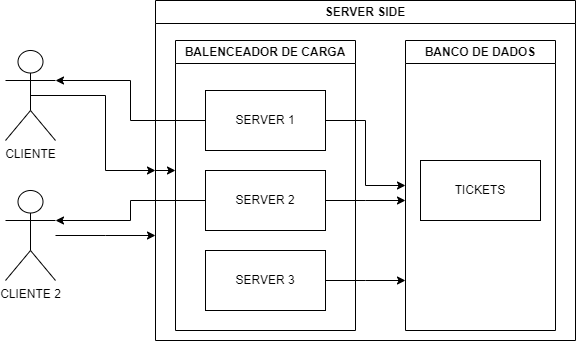
gustavogk/coderbyte-test keeps this draw.io diagram as tickets.drawio.png. Above is the earlier version. Source tidied: cells renumbered, new cells last; positions are measured from the earlier drawing's top-left corner, leaving out a move shared by most shapes. The source it was exported from:
```xml
<mxGraphModel>
  <root>
    <mxCell id="0" />
    <mxCell id="1" parent="0" />
    <mxCell id="2" style="edgeStyle=orthogonalEdgeStyle;rounded=0;jettySize=auto;html=1;exitX=0;exitY=0.5;exitDx=0;exitDy=0;" parent="1" edge="1" source="3">
      <mxGeometry relative="1" as="geometry">
        <mxPoint x="170" y="170" as="targetPoint" />
      </mxGeometry>
    </mxCell>
    <mxCell id="3" value="SERVER SIDE" style="swimlane;whiteSpace=wrap;html=1;" parent="1" vertex="1">
      <mxGeometry x="150" width="420" height="340" as="geometry" />
    </mxCell>
    <mxCell id="4" value="BALENCEADOR DE CARGA" style="swimlane;whiteSpace=wrap;html=1;" parent="3" vertex="1">
      <mxGeometry x="20" y="40" width="180" height="290" as="geometry" />
    </mxCell>
    <mxCell id="5" value="SERVER 1" style="rounded=0;whiteSpace=wrap;html=1;" parent="4" vertex="1">
      <mxGeometry x="30" y="50" width="120" height="60" as="geometry" />
    </mxCell>
    <mxCell id="6" style="edgeStyle=orthogonalEdgeStyle;rounded=0;jettySize=auto;html=1;" parent="4" edge="1" source="7">
      <mxGeometry relative="1" as="geometry">
        <mxPoint x="230" y="160" as="targetPoint" />
      </mxGeometry>
    </mxCell>
    <mxCell id="7" value="SERVER 2" style="rounded=0;whiteSpace=wrap;html=1;" parent="4" vertex="1">
      <mxGeometry x="30" y="130" width="120" height="60" as="geometry" />
    </mxCell>
    <mxCell id="8" style="edgeStyle=orthogonalEdgeStyle;rounded=0;jettySize=auto;html=1;" parent="4" edge="1" source="9">
      <mxGeometry relative="1" as="geometry">
        <mxPoint x="230" y="240" as="targetPoint" />
      </mxGeometry>
    </mxCell>
    <mxCell id="9" value="SERVER 3" style="rounded=0;whiteSpace=wrap;html=1;" parent="4" vertex="1">
      <mxGeometry x="30" y="210" width="120" height="60" as="geometry" />
    </mxCell>
    <mxCell id="10" value="BANCO DE DADOS" style="swimlane;whiteSpace=wrap;html=1;" parent="3" vertex="1">
      <mxGeometry x="250" y="40" width="150" height="290" as="geometry" />
    </mxCell>
    <mxCell id="11" value="TICKETS" style="whiteSpace=wrap;html=1;" parent="10" vertex="1">
      <mxGeometry x="15" y="120" width="120" height="60" as="geometry" />
    </mxCell>
    <mxCell id="12" style="edgeStyle=orthogonalEdgeStyle;rounded=0;jettySize=auto;html=1;entryX=0;entryY=0.5;entryDx=0;entryDy=0;" parent="3" edge="1" source="5" target="10">
      <mxGeometry relative="1" as="geometry" />
    </mxCell>
    <mxCell id="13" style="edgeStyle=orthogonalEdgeStyle;rounded=0;jettySize=auto;html=1;exitX=0.5;exitY=0.5;exitDx=0;exitDy=0;exitPerimeter=0;entryX=0;entryY=0.5;entryDx=0;entryDy=0;" parent="1" edge="1" source="14" target="3">
      <mxGeometry relative="1" as="geometry" />
    </mxCell>
    <mxCell id="14" value="CLIENTE" style="shape=umlActor;verticalLabelPosition=bottom;verticalAlign=top;html=1;outlineConnect=0;" parent="1" vertex="1">
      <mxGeometry y="50" width="50" height="90" as="geometry" />
    </mxCell>
    <mxCell id="15" style="edgeStyle=orthogonalEdgeStyle;rounded=0;jettySize=auto;html=1;entryX=1;entryY=0.3333333333333333;entryDx=0;entryDy=0;entryPerimeter=0;" parent="1" edge="1" source="5" target="14">
      <mxGeometry relative="1" as="geometry" />
    </mxCell>
    <mxCell id="16" style="edgeStyle=orthogonalEdgeStyle;rounded=0;jettySize=auto;html=1;" parent="1" edge="1" source="17">
      <mxGeometry relative="1" as="geometry">
        <mxPoint x="150" y="235" as="targetPoint" />
      </mxGeometry>
    </mxCell>
    <mxCell id="17" value="CLIENTE 2" style="shape=umlActor;verticalLabelPosition=bottom;verticalAlign=top;html=1;outlineConnect=0;" parent="1" vertex="1">
      <mxGeometry y="190" width="50" height="90" as="geometry" />
    </mxCell>
    <mxCell id="18" style="edgeStyle=orthogonalEdgeStyle;rounded=0;jettySize=auto;html=1;entryX=1;entryY=0.3333333333333333;entryDx=0;entryDy=0;entryPerimeter=0;" parent="1" edge="1" source="7" target="17">
      <mxGeometry relative="1" as="geometry" />
    </mxCell>
  </root>
</mxGraphModel>
```
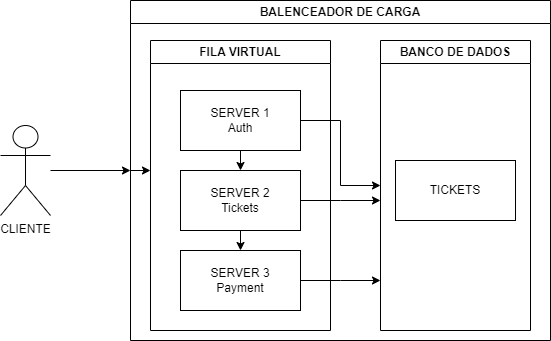
After the commit.

The edit, as a diff of the source:
```diff
@@ -7,13 +7,16 @@
         <mxPoint x="170" y="170" as="targetPoint" />
       </mxGeometry>
     </mxCell>
-    <mxCell id="3" value="SERVER SIDE" style="swimlane;whiteSpace=wrap;html=1;" parent="1" vertex="1">
+    <mxCell id="3" value="BALENCEADOR DE CARGA" style="swimlane;whiteSpace=wrap;html=1;" parent="1" vertex="1">
       <mxGeometry x="150" width="420" height="340" as="geometry" />
     </mxCell>
-    <mxCell id="4" value="BALENCEADOR DE CARGA" style="swimlane;whiteSpace=wrap;html=1;" parent="3" vertex="1">
+    <mxCell id="4" value="FILA VIRTUAL" style="swimlane;whiteSpace=wrap;html=1;startSize=23;" parent="3" vertex="1">
       <mxGeometry x="20" y="40" width="180" height="290" as="geometry" />
     </mxCell>
+    <mxCell id="19" style="edgeStyle=orthogonalEdgeStyle;rounded=0;jettySize=auto;html=1;exitX=0.5;exitY=1;exitDx=0;exitDy=0;entryX=0.5;entryY=0;entryDx=0;entryDy=0;" parent="4" edge="1" source="5" target="7">
+      <mxGeometry relative="1" as="geometry" />
+    </mxCell>
-    <mxCell id="5" value="SERVER 1" style="rounded=0;whiteSpace=wrap;html=1;" parent="4" vertex="1">
+    <mxCell id="5" value="SERVER 1&lt;br&gt;Auth" style="rounded=0;whiteSpace=wrap;html=1;" parent="4" vertex="1">
       <mxGeometry x="30" y="50" width="120" height="60" as="geometry" />
     </mxCell>
     <mxCell id="6" style="edgeStyle=orthogonalEdgeStyle;rounded=0;jettySize=auto;html=1;" parent="4" edge="1" source="7">
@@ -21,7 +24,10 @@
         <mxPoint x="230" y="160" as="targetPoint" />
       </mxGeometry>
     </mxCell>
+    <mxCell id="20" style="edgeStyle=orthogonalEdgeStyle;rounded=0;jettySize=auto;html=1;exitX=0.5;exitY=1;exitDx=0;exitDy=0;entryX=0.5;entryY=0;entryDx=0;entryDy=0;" parent="4" edge="1" source="7" target="9">
+      <mxGeometry relative="1" as="geometry" />
+    </mxCell>
-    <mxCell id="7" value="SERVER 2" style="rounded=0;whiteSpace=wrap;html=1;" parent="4" vertex="1">
+    <mxCell id="7" value="SERVER 2&lt;br&gt;Tickets" style="rounded=0;whiteSpace=wrap;html=1;" parent="4" vertex="1">
       <mxGeometry x="30" y="130" width="120" height="60" as="geometry" />
     </mxCell>
     <mxCell id="8" style="edgeStyle=orthogonalEdgeStyle;rounded=0;jettySize=auto;html=1;" parent="4" edge="1" source="9">
@@ -29,7 +35,7 @@
         <mxPoint x="230" y="240" as="targetPoint" />
       </mxGeometry>
     </mxCell>
-    <mxCell id="9" value="SERVER 3" style="rounded=0;whiteSpace=wrap;html=1;" parent="4" vertex="1">
+    <mxCell id="9" value="SERVER 3&lt;br&gt;Payment" style="rounded=0;whiteSpace=wrap;html=1;" parent="4" vertex="1">
       <mxGeometry x="30" y="210" width="120" height="60" as="geometry" />
     </mxCell>
     <mxCell id="10" value="BANCO DE DADOS" style="swimlane;whiteSpace=wrap;html=1;" parent="3" vertex="1">
@@ -41,25 +47,11 @@
     <mxCell id="12" style="edgeStyle=orthogonalEdgeStyle;rounded=0;jettySize=auto;html=1;entryX=0;entryY=0.5;entryDx=0;entryDy=0;" parent="3" edge="1" source="5" target="10">
       <mxGeometry relative="1" as="geometry" />
     </mxCell>
-    <mxCell id="13" style="edgeStyle=orthogonalEdgeStyle;rounded=0;jettySize=auto;html=1;exitX=0.5;exitY=0.5;exitDx=0;exitDy=0;exitPerimeter=0;entryX=0;entryY=0.5;entryDx=0;entryDy=0;" parent="1" edge="1" source="14" target="3">
+    <mxCell id="13" style="edgeStyle=orthogonalEdgeStyle;rounded=0;jettySize=auto;html=1;entryX=0;entryY=0.5;entryDx=0;entryDy=0;" parent="1" edge="1" source="14" target="3">
       <mxGeometry relative="1" as="geometry" />
     </mxCell>
     <mxCell id="14" value="CLIENTE" style="shape=umlActor;verticalLabelPosition=bottom;verticalAlign=top;html=1;outlineConnect=0;" parent="1" vertex="1">
-      <mxGeometry y="50" width="50" height="90" as="geometry" />
+      <mxGeometry x="20" y="125" width="50" height="90" as="geometry" />
     </mxCell>
-    <mxCell id="15" style="edgeStyle=orthogonalEdgeStyle;rounded=0;jettySize=auto;html=1;entryX=1;entryY=0.3333333333333333;entryDx=0;entryDy=0;entryPerimeter=0;" parent="1" edge="1" source="5" target="14">
-      <mxGeometry relative="1" as="geometry" />
-    </mxCell>
-    <mxCell id="16" style="edgeStyle=orthogonalEdgeStyle;rounded=0;jettySize=auto;html=1;" parent="1" edge="1" source="17">
-      <mxGeometry relative="1" as="geometry">
-        <mxPoint x="150" y="235" as="targetPoint" />
-      </mxGeometry>
-    </mxCell>
-    <mxCell id="17" value="CLIENTE 2" style="shape=umlActor;verticalLabelPosition=bottom;verticalAlign=top;html=1;outlineConnect=0;" parent="1" vertex="1">
-      <mxGeometry y="190" width="50" height="90" as="geometry" />
-    </mxCell>
-    <mxCell id="18" style="edgeStyle=orthogonalEdgeStyle;rounded=0;jettySize=auto;html=1;entryX=1;entryY=0.3333333333333333;entryDx=0;entryDy=0;entryPerimeter=0;" parent="1" edge="1" source="7" target="17">
-      <mxGeometry relative="1" as="geometry" />
-    </mxCell>
   </root>
 </mxGraphModel>
```
